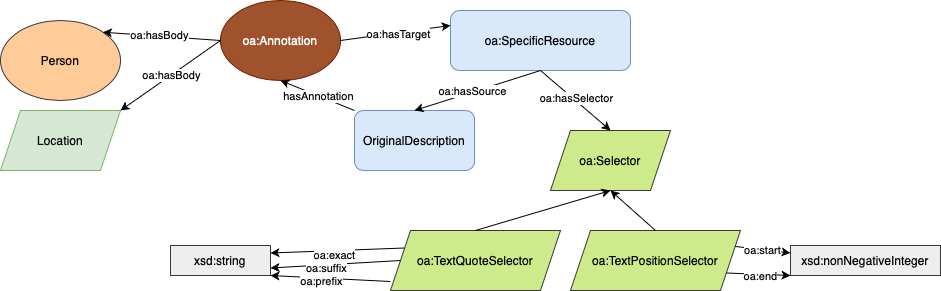
This is doc/Annotation.png from frances-ai/HeritageTextOntology, a draw.io export, as it was before one commit. Source tidied: cells renumbered, new cells last; positions are measured from the earlier drawing's top-left corner, leaving out a move shared by most shapes. Source of this version:
```xml
<mxGraphModel>
  <root>
    <mxCell id="0" />
    <mxCell id="1" parent="0" />
    <mxCell id="2" value="oa:Annotation" style="ellipse;whiteSpace=wrap;html=1;fillColor=#a0522d;strokeColor=#6D1F00;fontColor=#ffffff;" parent="1" vertex="1">
      <mxGeometry x="220" width="120" height="80" as="geometry" />
    </mxCell>
    <mxCell id="3" value="OriginalDescription" style="rounded=1;whiteSpace=wrap;html=1;fillColor=#dae8fc;strokeColor=#6c8ebf;" parent="1" vertex="1">
      <mxGeometry x="354" y="110" width="120" height="60" as="geometry" />
    </mxCell>
    <mxCell id="4" value="&lt;div&gt;oa:SpecificResource&lt;/div&gt;" style="rounded=1;whiteSpace=wrap;html=1;fillColor=#dae8fc;strokeColor=#6c8ebf;" parent="1" vertex="1">
      <mxGeometry x="450" y="10" width="180" height="60" as="geometry" />
    </mxCell>
    <mxCell id="5" value="oa:Selector" style="shape=parallelogram;perimeter=parallelogramPerimeter;whiteSpace=wrap;html=1;fixedSize=1;fillColor=#cdeb8b;strokeColor=#36393d;" parent="1" vertex="1">
      <mxGeometry x="550" y="130" width="120" height="60" as="geometry" />
    </mxCell>
    <mxCell id="6" value="Person" style="ellipse;whiteSpace=wrap;html=1;fillColor=#ffcc99;strokeColor=#36393d;" parent="1" vertex="1">
      <mxGeometry y="20" width="120" height="80" as="geometry" />
    </mxCell>
    <mxCell id="7" value="Location" style="shape=parallelogram;perimeter=parallelogramPerimeter;whiteSpace=wrap;html=1;fixedSize=1;fillColor=#d5e8d4;strokeColor=#82b366;" parent="1" vertex="1">
      <mxGeometry y="110" width="120" height="60" as="geometry" />
    </mxCell>
    <mxCell id="8" style="endArrow=classic;html=1;rounded=0;exitX=0;exitY=0.5;exitDx=0;exitDy=0;entryX=1;entryY=0;entryDx=0;entryDy=0;" parent="1" edge="1" source="2" target="6">
      <mxGeometry relative="1" as="geometry" />
    </mxCell>
    <mxCell id="9" value="oa:hasBody" style="edgeLabel;html=1;align=center;verticalAlign=middle;" parent="8" vertex="1">
      <mxGeometry x="0.06" y="-1" relative="1" as="geometry" />
    </mxCell>
    <mxCell id="10" style="endArrow=classic;html=1;rounded=0;exitX=0;exitY=0.5;exitDx=0;exitDy=0;entryX=1;entryY=0;entryDx=0;entryDy=0;" parent="1" edge="1" source="2" target="7">
      <mxGeometry relative="1" as="geometry" />
    </mxCell>
    <mxCell id="11" value="oa:hasBody" style="edgeLabel;html=1;align=center;verticalAlign=middle;" parent="10" vertex="1">
      <mxGeometry x="-0.02" relative="1" as="geometry" />
    </mxCell>
    <mxCell id="12" style="endArrow=classic;html=1;rounded=0;exitX=1;exitY=0.5;exitDx=0;exitDy=0;entryX=0;entryY=0.25;entryDx=0;entryDy=0;" parent="1" edge="1" source="2" target="4">
      <mxGeometry relative="1" as="geometry" />
    </mxCell>
    <mxCell id="13" value="oa:hasTarget" style="edgeLabel;html=1;align=center;verticalAlign=middle;" parent="12" vertex="1">
      <mxGeometry x="0.04" y="-1" relative="1" as="geometry" />
    </mxCell>
    <mxCell id="14" style="endArrow=classic;html=1;rounded=0;exitX=0.5;exitY=1;exitDx=0;exitDy=0;entryX=0.5;entryY=0;entryDx=0;entryDy=0;" parent="1" edge="1" source="4" target="3">
      <mxGeometry relative="1" as="geometry" />
    </mxCell>
    <mxCell id="15" value="oa:hasSource" style="edgeLabel;html=1;align=center;verticalAlign=middle;" parent="14" vertex="1">
      <mxGeometry x="0.09" y="-1" relative="1" as="geometry" />
    </mxCell>
    <mxCell id="16" style="endArrow=classic;html=1;rounded=0;exitX=0.5;exitY=1;exitDx=0;exitDy=0;entryX=0.5;entryY=0;entryDx=0;entryDy=0;" parent="1" edge="1" source="4" target="5">
      <mxGeometry relative="1" as="geometry" />
    </mxCell>
    <mxCell id="17" value="oa:hasSelector" style="edgeLabel;html=1;align=center;verticalAlign=middle;" parent="16" vertex="1">
      <mxGeometry x="-0.02" y="2" relative="1" as="geometry" />
    </mxCell>
    <mxCell id="18" value="oa:TextPositionSelector" style="shape=parallelogram;perimeter=parallelogramPerimeter;whiteSpace=wrap;html=1;fixedSize=1;fillColor=#cdeb8b;strokeColor=#36393d;" parent="1" vertex="1">
      <mxGeometry x="570" y="230" width="170" height="60" as="geometry" />
    </mxCell>
    <mxCell id="19" value="oa:TextQuoteSelector" style="shape=parallelogram;perimeter=parallelogramPerimeter;whiteSpace=wrap;html=1;fixedSize=1;fillColor=#cdeb8b;strokeColor=#36393d;" parent="1" vertex="1">
      <mxGeometry x="390" y="230" width="170" height="60" as="geometry" />
    </mxCell>
    <mxCell id="20" style="endArrow=classic;html=1;rounded=0;entryX=0.5;entryY=1;entryDx=0;entryDy=0;exitX=0.5;exitY=0;exitDx=0;exitDy=0;" parent="1" edge="1" source="18" target="5">
      <mxGeometry relative="1" as="geometry" />
    </mxCell>
    <mxCell id="21" style="endArrow=classic;html=1;rounded=0;exitX=0.5;exitY=0;exitDx=0;exitDy=0;entryX=0.5;entryY=1;entryDx=0;entryDy=0;" parent="1" edge="1" source="19" target="5">
      <mxGeometry relative="1" as="geometry" />
    </mxCell>
    <mxCell id="22" style="endArrow=classic;html=1;rounded=0;exitX=0;exitY=0;exitDx=0;exitDy=0;entryX=0.5;entryY=1;entryDx=0;entryDy=0;" parent="1" edge="1" source="3" target="2">
      <mxGeometry relative="1" as="geometry" />
    </mxCell>
    <mxCell id="23" value="hasAnnotation" style="edgeLabel;html=1;align=center;verticalAlign=middle;" parent="22" vertex="1">
      <mxGeometry x="-0.02" y="1" relative="1" as="geometry">
        <mxPoint y="-1" as="offset" />
      </mxGeometry>
    </mxCell>
    <mxCell id="24" value="xsd:nonNegativeInteger" style="rounded=0;whiteSpace=wrap;html=1;fillColor=#eeeeee;strokeColor=#36393d;" parent="1" vertex="1">
      <mxGeometry x="790" y="245" width="150" height="30" as="geometry" />
    </mxCell>
    <mxCell id="25" style="endArrow=classic;html=1;rounded=0;exitX=1;exitY=0.25;exitDx=0;exitDy=0;entryX=0;entryY=0.25;entryDx=0;entryDy=0;" parent="1" edge="1" source="18" target="24">
      <mxGeometry relative="1" as="geometry" />
    </mxCell>
    <mxCell id="26" value="oa:start" style="edgeLabel;html=1;align=center;verticalAlign=middle;" parent="25" vertex="1">
      <mxGeometry x="-0.02" relative="1" as="geometry" />
    </mxCell>
    <mxCell id="27" style="endArrow=classic;html=1;rounded=0;exitX=1;exitY=0.75;exitDx=0;exitDy=0;entryX=0;entryY=1;entryDx=0;entryDy=0;" parent="1" edge="1" source="18" target="24">
      <mxGeometry relative="1" as="geometry" />
    </mxCell>
    <mxCell id="28" value="oa:end" style="edgeLabel;html=1;align=center;verticalAlign=middle;" parent="27" vertex="1">
      <mxGeometry x="0.06" y="-2" relative="1" as="geometry" />
    </mxCell>
    <mxCell id="29" value="xsd:string" style="rounded=0;whiteSpace=wrap;html=1;fillColor=#eeeeee;strokeColor=#36393d;" parent="1" vertex="1">
      <mxGeometry x="170" y="245" width="100" height="30" as="geometry" />
    </mxCell>
    <mxCell id="30" style="endArrow=classic;html=1;rounded=0;exitX=0;exitY=0.25;exitDx=0;exitDy=0;entryX=1;entryY=0.25;entryDx=0;entryDy=0;" parent="1" edge="1" source="19" target="29">
      <mxGeometry relative="1" as="geometry" />
    </mxCell>
    <mxCell id="31" value="oa:exact" style="edgeLabel;html=1;align=center;verticalAlign=middle;" parent="30" vertex="1">
      <mxGeometry x="0.05" y="4" relative="1" as="geometry" />
    </mxCell>
    <mxCell id="32" style="endArrow=classic;html=1;rounded=0;exitX=0;exitY=0.5;exitDx=0;exitDy=0;entryX=1;entryY=0.75;entryDx=0;entryDy=0;" parent="1" edge="1" source="19" target="29">
      <mxGeometry relative="1" as="geometry" />
    </mxCell>
    <mxCell id="33" value="oa:suffix" style="edgeLabel;html=1;align=center;verticalAlign=middle;" parent="32" vertex="1">
      <mxGeometry x="0.15" y="3" relative="1" as="geometry" />
    </mxCell>
    <mxCell id="34" style="endArrow=classic;html=1;rounded=0;exitX=0;exitY=0.85;exitDx=0;exitDy=0;entryX=1;entryY=1;entryDx=0;entryDy=0;exitPerimeter=0;" parent="1" edge="1" source="19" target="29">
      <mxGeometry relative="1" as="geometry" />
    </mxCell>
    <mxCell id="35" value="oa:prefix" style="edgeLabel;html=1;align=center;verticalAlign=middle;" parent="34" vertex="1">
      <mxGeometry x="0.15" y="3" relative="1" as="geometry" />
    </mxCell>
  </root>
</mxGraphModel>
```
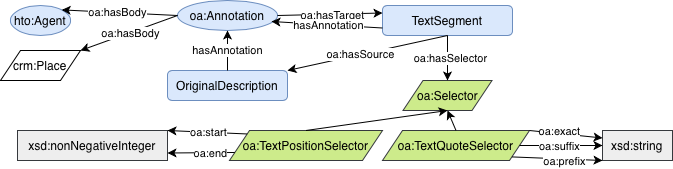
Above is the later version.

What changed in the source:
```diff
@@ -2,23 +2,23 @@
   <root>
     <mxCell id="0" />
     <mxCell id="1" parent="0" />
-    <mxCell id="2" value="oa:Annotation" style="ellipse;whiteSpace=wrap;html=1;fillColor=#a0522d;strokeColor=#6D1F00;fontColor=#ffffff;" parent="1" vertex="1">
-      <mxGeometry x="220" width="120" height="80" as="geometry" />
+    <mxCell id="2" value="oa:Annotation" style="ellipse;whiteSpace=wrap;html=1;fillColor=#dae8fc;strokeColor=#6c8ebf;" parent="1" vertex="1">
+      <mxGeometry x="265" y="20" width="100" height="30" as="geometry" />
     </mxCell>
     <mxCell id="3" value="OriginalDescription" style="rounded=1;whiteSpace=wrap;html=1;fillColor=#dae8fc;strokeColor=#6c8ebf;" parent="1" vertex="1">
-      <mxGeometry x="354" y="110" width="120" height="60" as="geometry" />
+      <mxGeometry x="255" y="90" width="120" height="30" as="geometry" />
     </mxCell>
-    <mxCell id="4" value="&lt;div&gt;oa:SpecificResource&lt;/div&gt;" style="rounded=1;whiteSpace=wrap;html=1;fillColor=#dae8fc;strokeColor=#6c8ebf;" parent="1" vertex="1">
-      <mxGeometry x="450" y="10" width="180" height="60" as="geometry" />
+    <mxCell id="4" value="TextSegment" style="rounded=1;whiteSpace=wrap;html=1;fillColor=#dae8fc;strokeColor=#6c8ebf;" parent="1" vertex="1">
+      <mxGeometry x="470" y="25" width="130" height="30" as="geometry" />
     </mxCell>
     <mxCell id="5" value="oa:Selector" style="shape=parallelogram;perimeter=parallelogramPerimeter;whiteSpace=wrap;html=1;fixedSize=1;fillColor=#cdeb8b;strokeColor=#36393d;" parent="1" vertex="1">
-      <mxGeometry x="550" y="130" width="120" height="60" as="geometry" />
+      <mxGeometry x="490.5" y="100" width="89" height="30" as="geometry" />
     </mxCell>
-    <mxCell id="6" value="Person" style="ellipse;whiteSpace=wrap;html=1;fillColor=#ffcc99;strokeColor=#36393d;" parent="1" vertex="1">
-      <mxGeometry y="20" width="120" height="80" as="geometry" />
+    <mxCell id="6" value="hto:Agent" style="ellipse;whiteSpace=wrap;html=1;fillColor=#dae8fc;strokeColor=#6c8ebf;" parent="1" vertex="1">
+      <mxGeometry x="98" y="25" width="60" height="30" as="geometry" />
     </mxCell>
-    <mxCell id="7" value="Location" style="shape=parallelogram;perimeter=parallelogramPerimeter;whiteSpace=wrap;html=1;fixedSize=1;fillColor=#d5e8d4;strokeColor=#82b366;" parent="1" vertex="1">
-      <mxGeometry y="110" width="120" height="60" as="geometry" />
+    <mxCell id="7" value="crm:Place" style="shape=parallelogram;perimeter=parallelogramPerimeter;whiteSpace=wrap;html=1;fixedSize=1;" parent="1" vertex="1">
+      <mxGeometry x="88" y="70" width="80" height="30" as="geometry" />
     </mxCell>
     <mxCell id="8" style="endArrow=classic;html=1;rounded=0;exitX=0;exitY=0.5;exitDx=0;exitDy=0;entryX=1;entryY=0;entryDx=0;entryDy=0;" parent="1" edge="1" source="2" target="6">
       <mxGeometry relative="1" as="geometry" />
@@ -38,7 +38,7 @@
     <mxCell id="13" value="oa:hasTarget" style="edgeLabel;html=1;align=center;verticalAlign=middle;" parent="12" vertex="1">
       <mxGeometry x="0.04" y="-1" relative="1" as="geometry" />
     </mxCell>
-    <mxCell id="14" style="endArrow=classic;html=1;rounded=0;exitX=0.5;exitY=1;exitDx=0;exitDy=0;entryX=0.5;entryY=0;entryDx=0;entryDy=0;" parent="1" edge="1" source="4" target="3">
+    <mxCell id="14" style="endArrow=classic;html=1;rounded=0;exitX=0.5;exitY=1;exitDx=0;exitDy=0;entryX=1;entryY=0;entryDx=0;entryDy=0;" parent="1" edge="1" source="4" target="3">
       <mxGeometry relative="1" as="geometry" />
     </mxCell>
     <mxCell id="15" value="oa:hasSource" style="edgeLabel;html=1;align=center;verticalAlign=middle;" parent="14" vertex="1">
@@ -51,10 +51,10 @@
       <mxGeometry x="-0.02" y="2" relative="1" as="geometry" />
     </mxCell>
     <mxCell id="18" value="oa:TextPositionSelector" style="shape=parallelogram;perimeter=parallelogramPerimeter;whiteSpace=wrap;html=1;fixedSize=1;fillColor=#cdeb8b;strokeColor=#36393d;" parent="1" vertex="1">
-      <mxGeometry x="570" y="230" width="170" height="60" as="geometry" />
+      <mxGeometry x="317" y="150" width="153" height="30" as="geometry" />
     </mxCell>
     <mxCell id="19" value="oa:TextQuoteSelector" style="shape=parallelogram;perimeter=parallelogramPerimeter;whiteSpace=wrap;html=1;fixedSize=1;fillColor=#cdeb8b;strokeColor=#36393d;" parent="1" vertex="1">
-      <mxGeometry x="390" y="230" width="170" height="60" as="geometry" />
+      <mxGeometry x="470" y="150" width="147" height="30" as="geometry" />
     </mxCell>
     <mxCell id="20" style="endArrow=classic;html=1;rounded=0;entryX=0.5;entryY=1;entryDx=0;entryDy=0;exitX=0.5;exitY=0;exitDx=0;exitDy=0;" parent="1" edge="1" source="18" target="5">
       <mxGeometry relative="1" as="geometry" />
@@ -62,7 +62,7 @@
     <mxCell id="21" style="endArrow=classic;html=1;rounded=0;exitX=0.5;exitY=0;exitDx=0;exitDy=0;entryX=0.5;entryY=1;entryDx=0;entryDy=0;" parent="1" edge="1" source="19" target="5">
       <mxGeometry relative="1" as="geometry" />
     </mxCell>
-    <mxCell id="22" style="endArrow=classic;html=1;rounded=0;exitX=0;exitY=0;exitDx=0;exitDy=0;entryX=0.5;entryY=1;entryDx=0;entryDy=0;" parent="1" edge="1" source="3" target="2">
+    <mxCell id="22" style="endArrow=classic;html=1;rounded=0;exitX=0.5;exitY=0;exitDx=0;exitDy=0;entryX=0.5;entryY=1;entryDx=0;entryDy=0;" parent="1" edge="1" source="3" target="2">
       <mxGeometry relative="1" as="geometry" />
     </mxCell>
     <mxCell id="23" value="hasAnnotation" style="edgeLabel;html=1;align=center;verticalAlign=middle;" parent="22" vertex="1">
@@ -71,40 +71,56 @@
       </mxGeometry>
     </mxCell>
     <mxCell id="24" value="xsd:nonNegativeInteger" style="rounded=0;whiteSpace=wrap;html=1;fillColor=#eeeeee;strokeColor=#36393d;" parent="1" vertex="1">
-      <mxGeometry x="790" y="245" width="150" height="30" as="geometry" />
+      <mxGeometry x="105" y="150" width="150" height="30" as="geometry" />
     </mxCell>
-    <mxCell id="25" style="endArrow=classic;html=1;rounded=0;exitX=1;exitY=0.25;exitDx=0;exitDy=0;entryX=0;entryY=0.25;entryDx=0;entryDy=0;" parent="1" edge="1" source="18" target="24">
+    <mxCell id="25" style="endArrow=classic;html=1;rounded=0;exitX=0;exitY=0;exitDx=0;exitDy=0;entryX=1;entryY=0;entryDx=0;entryDy=0;" parent="1" edge="1" source="18" target="24">
       <mxGeometry relative="1" as="geometry" />
     </mxCell>
     <mxCell id="26" value="oa:start" style="edgeLabel;html=1;align=center;verticalAlign=middle;" parent="25" vertex="1">
       <mxGeometry x="-0.02" relative="1" as="geometry" />
     </mxCell>
-    <mxCell id="27" style="endArrow=classic;html=1;rounded=0;exitX=1;exitY=0.75;exitDx=0;exitDy=0;entryX=0;entryY=1;entryDx=0;entryDy=0;" parent="1" edge="1" source="18" target="24">
+    <mxCell id="27" style="endArrow=classic;html=1;rounded=0;exitX=0;exitY=0.75;exitDx=0;exitDy=0;entryX=1;entryY=0.75;entryDx=0;entryDy=0;" parent="1" edge="1" source="18" target="24">
       <mxGeometry relative="1" as="geometry" />
     </mxCell>
     <mxCell id="28" value="oa:end" style="edgeLabel;html=1;align=center;verticalAlign=middle;" parent="27" vertex="1">
-      <mxGeometry x="0.06" y="-2" relative="1" as="geometry" />
+      <mxGeometry x="0.06" y="-2" relative="1" as="geometry">
+        <mxPoint x="11" y="2" as="offset" />
+      </mxGeometry>
     </mxCell>
     <mxCell id="29" value="xsd:string" style="rounded=0;whiteSpace=wrap;html=1;fillColor=#eeeeee;strokeColor=#36393d;" parent="1" vertex="1">
-      <mxGeometry x="170" y="245" width="100" height="30" as="geometry" />
+      <mxGeometry x="690" y="150" width="70" height="30" as="geometry" />
     </mxCell>
-    <mxCell id="30" style="endArrow=classic;html=1;rounded=0;exitX=0;exitY=0.25;exitDx=0;exitDy=0;entryX=1;entryY=0.25;entryDx=0;entryDy=0;" parent="1" edge="1" source="19" target="29">
+    <mxCell id="30" style="endArrow=classic;html=1;rounded=0;exitX=1;exitY=0;exitDx=0;exitDy=0;entryX=0;entryY=0.25;entryDx=0;entryDy=0;" parent="1" edge="1" source="19" target="29">
       <mxGeometry relative="1" as="geometry" />
     </mxCell>
     <mxCell id="31" value="oa:exact" style="edgeLabel;html=1;align=center;verticalAlign=middle;" parent="30" vertex="1">
-      <mxGeometry x="0.05" y="4" relative="1" as="geometry" />
+      <mxGeometry x="0.05" y="4" relative="1" as="geometry">
+        <mxPoint x="-10" as="offset" />
+      </mxGeometry>
     </mxCell>
-    <mxCell id="32" style="endArrow=classic;html=1;rounded=0;exitX=0;exitY=0.5;exitDx=0;exitDy=0;entryX=1;entryY=0.75;entryDx=0;entryDy=0;" parent="1" edge="1" source="19" target="29">
+    <mxCell id="32" style="endArrow=classic;html=1;rounded=0;entryX=0;entryY=0.5;entryDx=0;entryDy=0;exitX=1;exitY=0.5;exitDx=0;exitDy=0;" parent="1" edge="1" source="19" target="29">
       <mxGeometry relative="1" as="geometry" />
     </mxCell>
     <mxCell id="33" value="oa:suffix" style="edgeLabel;html=1;align=center;verticalAlign=middle;" parent="32" vertex="1">
-      <mxGeometry x="0.15" y="3" relative="1" as="geometry" />
+      <mxGeometry x="0.15" y="3" relative="1" as="geometry">
+        <mxPoint x="-9" y="3" as="offset" />
+      </mxGeometry>
     </mxCell>
-    <mxCell id="34" style="endArrow=classic;html=1;rounded=0;exitX=0;exitY=0.85;exitDx=0;exitDy=0;entryX=1;entryY=1;entryDx=0;entryDy=0;exitPerimeter=0;" parent="1" edge="1" source="19" target="29">
+    <mxCell id="34" style="endArrow=classic;html=1;rounded=0;exitX=1;exitY=1;exitDx=0;exitDy=0;entryX=0;entryY=1;entryDx=0;entryDy=0;" parent="1" edge="1" source="19" target="29">
       <mxGeometry relative="1" as="geometry" />
     </mxCell>
     <mxCell id="35" value="oa:prefix" style="edgeLabel;html=1;align=center;verticalAlign=middle;" parent="34" vertex="1">
-      <mxGeometry x="0.15" y="3" relative="1" as="geometry" />
+      <mxGeometry x="0.15" y="3" relative="1" as="geometry">
+        <mxPoint y="5" as="offset" />
+      </mxGeometry>
     </mxCell>
+    <mxCell id="36" style="endArrow=classic;html=1;rounded=0;exitX=0;exitY=0.75;exitDx=0;exitDy=0;entryX=0.94;entryY=0.7;entryDx=0;entryDy=0;entryPerimeter=0;" parent="1" edge="1" source="4" target="2">
+      <mxGeometry relative="1" as="geometry" />
+    </mxCell>
+    <mxCell id="37" value="hasAnnotation" style="edgeLabel;html=1;align=center;verticalAlign=middle;" parent="36" vertex="1">
+      <mxGeometry x="-0.02" y="1" relative="1" as="geometry">
+        <mxPoint y="-1" as="offset" />
+      </mxGeometry>
+    </mxCell>
   </root>
 </mxGraphModel>
```
